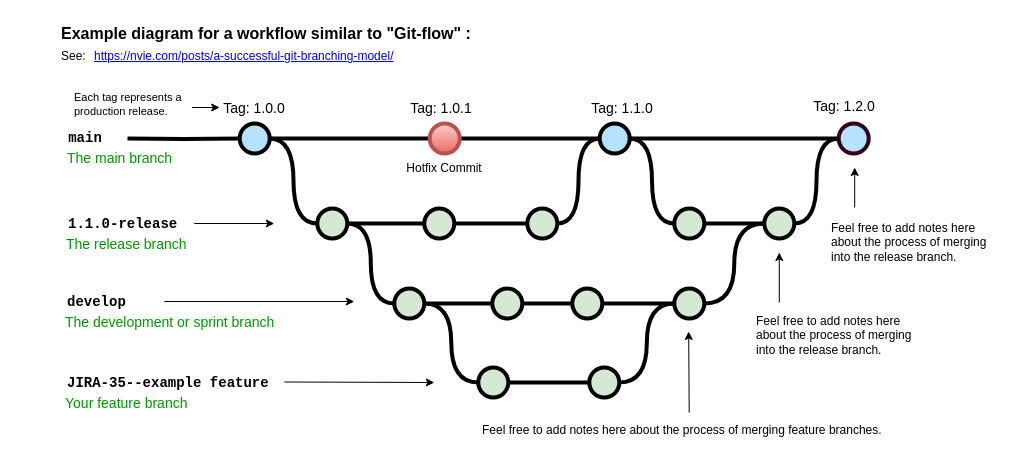
pettll/diagrams keeps this draw.io diagram as mps-pipeline.drawio. Above is the earlier version. Source tidied: cells renumbered, new cells numbered last; positions are measured from the earlier drawing's top-left corner, leaving out a move shared by most shapes. Both pictures are drawn from the tidied source at 100%, with x=0, y=0 at pixel (59, 17).
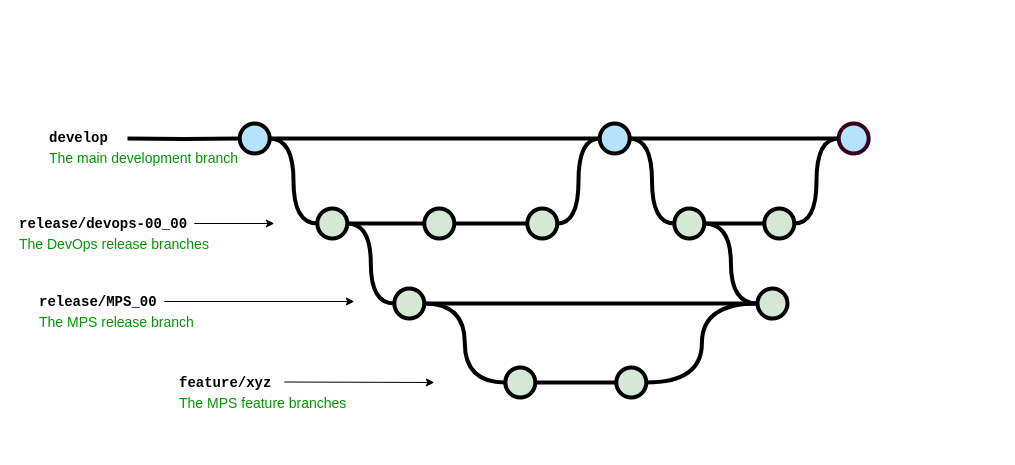
After the change.

Unchanged cells that the change refers to:
```xml
<mxCell id="5" style="verticalLabelPosition=bottom;verticalAlign=top;html=1;strokeWidth=4;shape=mxgraph.flowchart.on-page_reference;plain-blue;gradientColor=none;fillColor=#B5E3Fe;strokeColor=#000000;" parent="1" vertex="1">
  <mxGeometry x="180.2" y="106" width="30" height="30" as="geometry" />
</mxCell>
<mxCell id="8" style="verticalLabelPosition=bottom;verticalAlign=top;html=1;strokeWidth=4;shape=mxgraph.flowchart.on-page_reference;plain-blue;gradientColor=none;strokeColor=#000000;fillColor=#B5E3FE;" parent="1" vertex="1">
  <mxGeometry x="540.2" y="106" width="30" height="30" as="geometry" />
</mxCell>
<mxCell id="22" style="verticalLabelPosition=bottom;verticalAlign=top;html=1;strokeWidth=4;shape=mxgraph.flowchart.on-page_reference;plain-purple;gradientColor=none;strokeColor=#000000;fillColor=#D5E8D4;" parent="1" vertex="1">
  <mxGeometry x="334.8" y="271" width="30" height="30" as="geometry" />
</mxCell>
<mxCell id="45" style="verticalLabelPosition=bottom;verticalAlign=top;html=1;strokeWidth=4;shape=mxgraph.flowchart.on-page_reference;plain-purple;gradientColor=none;strokeColor=#000000;fillColor=#D5E8D4;" parent="1" vertex="1">
  <mxGeometry x="614.8" y="191" width="30" height="30" as="geometry" />
</mxCell>
<mxCell id="47" style="verticalLabelPosition=bottom;verticalAlign=top;html=1;strokeWidth=4;shape=mxgraph.flowchart.on-page_reference;plain-purple;gradientColor=none;strokeColor=#000000;fillColor=#D5E8D4;" parent="1" vertex="1">
  <mxGeometry x="704.8" y="191" width="30" height="30" as="geometry" />
</mxCell>
```

Change to the diagram source:
```diff
@@
-    <mxCell id="2" value="Hotfix Commit" style="text;html=1;strokeColor=none;fillColor=none;align=center;verticalAlign=middle;whiteSpace=wrap;overflow=hidden;" parent="1" vertex="1">
-      <mxGeometry x="345.2" y="136" width="80" height="30" as="geometry" />
-    </mxCell>
-    <mxCell id="3" style="edgeStyle=orthogonalEdgeStyle;rounded=0;html=1;jettySize=auto;plain-blue;endArrow=none;endFill=0;strokeWidth=4;strokeColor=#000000;entryX=0;entryY=0.5;entryDx=0;entryDy=0;entryPerimeter=0;" parent="1" edge="1" source="5" target="61">
-      <mxGeometry x="292.2" y="211" as="geometry" />
-    </mxCell>
@@
-    <mxCell id="11" value="main" style="text;html=1;strokeColor=none;fillColor=none;align=center;verticalAlign=middle;whiteSpace=wrap;overflow=hidden;fontSize=14;fontStyle=1;fontFamily=Courier New;" parent="1" vertex="1">
-      <mxGeometry x="1" y="100" width="50" height="42" as="geometry" />
+    <mxCell id="11" value="develop" style="text;html=1;strokeColor=none;fillColor=none;align=center;verticalAlign=middle;whiteSpace=wrap;overflow=hidden;fontSize=14;fontStyle=1;fontFamily=Courier New;" parent="1" vertex="1">
+      <mxGeometry x="-12" y="100" width="63" height="42" as="geometry" />
     </mxCell>
@@
-    <mxCell id="18" value="1.1.0-release" style="text;html=1;strokeColor=none;fillColor=none;align=left;verticalAlign=middle;whiteSpace=wrap;overflow=hidden;fontSize=14;fontStyle=1;fontFamily=Courier New;" parent="1" vertex="1">
-      <mxGeometry x="6.8" y="196" width="240" height="20" as="geometry" />
+    <mxCell id="18" value="release/devops-00_00" style="text;html=1;strokeColor=none;fillColor=none;align=left;verticalAlign=middle;whiteSpace=wrap;overflow=hidden;fontSize=14;fontStyle=1;fontFamily=Courier New;" parent="1" vertex="1">
+      <mxGeometry x="-42" y="196" width="288.8" height="20" as="geometry" />
     </mxCell>
-    <mxCell id="19" style="edgeStyle=orthogonalEdgeStyle;rounded=0;jettySize=auto;html=1;endArrow=none;endFill=0;strokeWidth=4;" parent="1" edge="1" source="22" target="24">
+    <mxCell id="19" style="edgeStyle=orthogonalEdgeStyle;rounded=0;jettySize=auto;html=1;endArrow=none;endFill=0;strokeWidth=4;entryX=0;entryY=0.5;entryDx=0;entryDy=0;entryPerimeter=0;" parent="1" edge="1" source="22" target="28">
       <mxGeometry relative="1" as="geometry" />
     </mxCell>
@@
-    <mxCell id="23" style="edgeStyle=orthogonalEdgeStyle;curved=1;rounded=0;jettySize=auto;html=1;endArrow=none;endFill=0;strokeWidth=4;" parent="1" edge="1" source="24" target="26">
-      <mxGeometry relative="1" as="geometry" />
-    </mxCell>
-    <mxCell id="24" style="verticalLabelPosition=bottom;verticalAlign=top;html=1;strokeWidth=4;shape=mxgraph.flowchart.on-page_reference;plain-purple;gradientColor=none;strokeColor=#000000;fillColor=#D5E8D4;" parent="1" vertex="1">
-      <mxGeometry x="432.8" y="271" width="30" height="30" as="geometry" />
-    </mxCell>
-    <mxCell id="25" style="edgeStyle=orthogonalEdgeStyle;curved=1;rounded=0;jettySize=auto;html=1;endArrow=none;endFill=0;strokeWidth=4;fontFamily=Courier New;fontColor=#009900;" parent="1" edge="1" source="26" target="28">
-      <mxGeometry relative="1" as="geometry" />
-    </mxCell>
-    <mxCell id="26" style="verticalLabelPosition=bottom;verticalAlign=top;html=1;strokeWidth=4;shape=mxgraph.flowchart.on-page_reference;plain-purple;gradientColor=none;strokeColor=#000000;fillColor=#D5E8D4;" parent="1" vertex="1">
-      <mxGeometry x="512.8" y="271" width="30" height="30" as="geometry" />
-    </mxCell>
-    <mxCell id="27" style="edgeStyle=orthogonalEdgeStyle;curved=1;rounded=0;jettySize=auto;html=1;entryX=0;entryY=0.5;entryDx=0;entryDy=0;entryPerimeter=0;endArrow=none;endFill=0;strokeWidth=4;fontFamily=Courier New;fontColor=#009900;" parent="1" edge="1" source="28" target="47">
+    <mxCell id="27" style="edgeStyle=orthogonalEdgeStyle;curved=1;rounded=0;jettySize=auto;html=1;entryX=1;entryY=0.5;entryDx=0;entryDy=0;entryPerimeter=0;endArrow=none;endFill=0;strokeWidth=4;fontFamily=Courier New;fontColor=#009900;" parent="1" edge="1" source="28" target="45">
       <mxGeometry relative="1" as="geometry" />
     </mxCell>
     <mxCell id="28" style="verticalLabelPosition=bottom;verticalAlign=top;html=1;strokeWidth=4;shape=mxgraph.flowchart.on-page_reference;plain-purple;gradientColor=none;strokeColor=#000000;fillColor=#D5E8D4;" parent="1" vertex="1">
-      <mxGeometry x="614.8" y="271" width="30" height="30" as="geometry" />
+      <mxGeometry x="698" y="271" width="30" height="30" as="geometry" />
     </mxCell>
-    <mxCell id="29" value="develop" style="text;html=1;strokeColor=none;fillColor=none;align=left;verticalAlign=middle;whiteSpace=wrap;overflow=hidden;fontSize=14;fontStyle=1;fontFamily=Courier New;" parent="1" vertex="1">
-      <mxGeometry x="5.8" y="274" width="91" height="20" as="geometry" />
+    <mxCell id="29" value="release/MPS_00" style="text;html=1;strokeColor=none;fillColor=none;align=left;verticalAlign=middle;whiteSpace=wrap;overflow=hidden;fontSize=14;fontStyle=1;fontFamily=Courier New;" parent="1" vertex="1">
+      <mxGeometry x="-22" y="274" width="118.8" height="20" as="geometry" />
     </mxCell>
@@
     <mxCell id="31" style="verticalLabelPosition=bottom;verticalAlign=top;html=1;strokeWidth=4;shape=mxgraph.flowchart.on-page_reference;plain-purple;gradientColor=none;strokeColor=#000000;fillColor=#D5E8D4;" parent="1" vertex="1">
-      <mxGeometry x="418.8" y="350" width="30" height="30" as="geometry" />
+      <mxGeometry x="445.8" y="350" width="30" height="30" as="geometry" />
     </mxCell>
@@
     <mxCell id="33" style="verticalLabelPosition=bottom;verticalAlign=top;html=1;strokeWidth=4;shape=mxgraph.flowchart.on-page_reference;plain-purple;gradientColor=none;strokeColor=#000000;fillColor=#D5E8D4;" parent="1" vertex="1">
-      <mxGeometry x="529.8" y="350" width="30" height="30" as="geometry" />
+      <mxGeometry x="556.8" y="350" width="30" height="30" as="geometry" />
     </mxCell>
-    <mxCell id="34" value="JIRA-35--example feature" style="text;html=1;strokeColor=none;fillColor=none;align=left;verticalAlign=middle;whiteSpace=wrap;overflow=hidden;fontSize=14;fontStyle=1;fontFamily=Courier New;" parent="1" vertex="1">
-      <mxGeometry x="5.5" y="355" width="240" height="20" as="geometry" />
+    <mxCell id="34" value="feature/xyz" style="text;html=1;strokeColor=none;fillColor=none;align=left;verticalAlign=middle;whiteSpace=wrap;overflow=hidden;fontSize=14;fontStyle=1;fontFamily=Courier New;" parent="1" vertex="1">
+      <mxGeometry x="118" y="355" width="127.5" height="20" as="geometry" />
     </mxCell>
-    <mxCell id="35" value="The development or sprint branch" style="text;html=1;strokeColor=none;fillColor=none;align=left;verticalAlign=middle;whiteSpace=wrap;overflow=hidden;fontSize=14;fontStyle=0;fontColor=#009900;" parent="1" vertex="1">
-      <mxGeometry x="3.8" y="294" width="240" height="20" as="geometry" />
+    <mxCell id="35" value="The MPS release branch" style="text;html=1;strokeColor=none;fillColor=none;align=left;verticalAlign=middle;whiteSpace=wrap;overflow=hidden;fontSize=14;fontStyle=0;fontColor=#009900;" parent="1" vertex="1">
+      <mxGeometry x="-22" y="294" width="240" height="20" as="geometry" />
     </mxCell>
-    <mxCell id="36" value="Your feature branch" style="text;html=1;strokeColor=none;fillColor=none;align=left;verticalAlign=middle;whiteSpace=wrap;overflow=hidden;fontSize=14;fontStyle=0;fontColor=#009900;" parent="1" vertex="1">
-      <mxGeometry x="3.8" y="375" width="240" height="20" as="geometry" />
+    <mxCell id="36" value="The MPS feature branches" style="text;html=1;strokeColor=none;fillColor=none;align=left;verticalAlign=middle;whiteSpace=wrap;overflow=hidden;fontSize=14;fontStyle=0;fontColor=#009900;" parent="1" vertex="1">
+      <mxGeometry x="118" y="375" width="240" height="20" as="geometry" />
     </mxCell>
-    <mxCell id="37" value="The release branch" style="text;html=1;strokeColor=none;fillColor=none;align=left;verticalAlign=middle;whiteSpace=wrap;overflow=hidden;fontSize=14;fontStyle=0;fontColor=#009900;" parent="1" vertex="1">
-      <mxGeometry x="4.8" y="216" width="240" height="20" as="geometry" />
+    <mxCell id="37" value="The DevOps release branches" style="text;html=1;strokeColor=none;fillColor=none;align=left;verticalAlign=middle;whiteSpace=wrap;overflow=hidden;fontSize=14;fontStyle=0;fontColor=#009900;" parent="1" vertex="1">
+      <mxGeometry x="-42" y="216" width="240" height="20" as="geometry" />
     </mxCell>
-    <mxCell id="38" value="The main branch&lt;br&gt;" style="text;html=1;strokeColor=none;fillColor=none;align=left;verticalAlign=middle;whiteSpace=wrap;overflow=hidden;fontSize=14;fontStyle=0;fontColor=#009900;" parent="1" vertex="1">
-      <mxGeometry x="6.2" y="130" width="146.8" height="20" as="geometry" />
+    <mxCell id="38" value="The main development branch" style="text;html=1;strokeColor=none;fillColor=none;align=left;verticalAlign=middle;whiteSpace=wrap;overflow=hidden;fontSize=14;fontStyle=0;fontColor=#009900;" parent="1" vertex="1">
+      <mxGeometry x="-12" y="130" width="195" height="20" as="geometry" />
     </mxCell>
@@
-    <mxCell id="42" value="Tag: 1.1.0" style="text;html=1;strokeColor=none;fillColor=none;align=center;verticalAlign=middle;whiteSpace=wrap;overflow=hidden;fontSize=14;" parent="1" vertex="1">
-      <mxGeometry x="508.2" y="80" width="110" height="20" as="geometry" />
-    </mxCell>
-    <mxCell id="43" value="Tag: 1.0.0" style="text;html=1;strokeColor=none;fillColor=none;align=center;verticalAlign=middle;whiteSpace=wrap;overflow=hidden;fontSize=14;" parent="1" vertex="1">
-      <mxGeometry x="160.2" y="80" width="70" height="20" as="geometry" />
-    </mxCell>
@@
-    <mxCell id="48" value="Tag: 1.2.0" style="text;html=1;strokeColor=none;fillColor=none;align=center;verticalAlign=middle;whiteSpace=wrap;overflow=hidden;fontSize=14;" parent="1" vertex="1">
-      <mxGeometry x="730.2" y="78" width="110" height="20" as="geometry" />
-    </mxCell>
-    <mxCell id="49" style="endArrow=classic;html=1;strokeWidth=1;fontFamily=Courier New;fontColor=#009900;exitX=0.5;exitY=0;exitDx=0;exitDy=0;" parent="1" edge="1" source="52">
-      <mxGeometry relative="1" as="geometry">
-        <mxPoint x="629.2" y="314" as="targetPoint" />
-      </mxGeometry>
-    </mxCell>
-    <mxCell id="50" style="endArrow=classic;html=1;strokeWidth=1;fontFamily=Courier New;fontColor=#009900;" parent="1" edge="1">
-      <mxGeometry relative="1" as="geometry">
-        <mxPoint x="719.8" y="285" as="sourcePoint" />
-        <mxPoint x="719.8" y="235" as="targetPoint" />
-      </mxGeometry>
-    </mxCell>
-    <mxCell id="51" value="&lt;span style=&quot;text-align: center&quot;&gt;Feel free to add notes here about the process of merging into the release branch.&lt;br&gt;&lt;/span&gt;" style="text;html=1;strokeColor=none;fillColor=none;align=left;verticalAlign=middle;whiteSpace=wrap;overflow=hidden;fontSize=12;fontStyle=0;fontColor=#000000;" parent="1" vertex="1">
-      <mxGeometry x="694.8" y="285" width="163.2" height="66" as="geometry" />
-    </mxCell>
-    <mxCell id="52" value="&lt;div style=&quot;&quot;&gt;&lt;span&gt;Feel free to add notes here about the process of merging feature branches.&lt;/span&gt;&lt;/div&gt;" style="text;html=1;strokeColor=none;fillColor=none;align=left;verticalAlign=middle;whiteSpace=wrap;overflow=hidden;fontSize=12;fontStyle=0;fontColor=#000000;" parent="1" vertex="1">
-      <mxGeometry x="420.6" y="395" width="418.2" height="36" as="geometry" />
-    </mxCell>
-    <mxCell id="53" style="edgeStyle=orthogonalEdgeStyle;rounded=0;jettySize=auto;html=1;fontSize=12;fontColor=#000000;entryX=0;entryY=0.5;entryDx=0;entryDy=0;" parent="1" edge="1" source="54" target="43">
-      <mxGeometry relative="1" as="geometry">
-        <Array as="points">
-          <mxPoint x="140.2" y="90" />
-          <mxPoint x="140.2" y="90" />
-        </Array>
-      </mxGeometry>
-    </mxCell>
-    <mxCell id="54" value="&lt;span style=&quot;text-align: center; font-size: 11px;&quot;&gt;Each tag represents a production release.&lt;/span&gt;" style="text;html=1;strokeColor=none;fillColor=none;align=left;verticalAlign=middle;whiteSpace=wrap;overflow=hidden;fontSize=11;fontStyle=0;fontColor=#000000;" parent="1" vertex="1">
-      <mxGeometry x="12.5" y="68" width="120" height="38" as="geometry" />
-    </mxCell>
-    <mxCell id="55" value="Example diagram for a workflow similar to &quot;Git-flow&quot; :" style="text;whiteSpace=wrap;html=1;fontStyle=1;fontSize=16;" parent="1" vertex="1">
-      <mxGeometry x="0.2" width="427.8" height="20" as="geometry" />
-    </mxCell>
-    <mxCell id="56" value="&lt;a href=&quot;https://nvie.com/posts/a-successful-git-branching-model/&quot;&gt;https://nvie.com/posts/a-successful-git-branching-model/&lt;/a&gt;" style="text;whiteSpace=wrap;html=1;" parent="1" vertex="1">
-      <mxGeometry x="33" y="25" width="355" height="20" as="geometry" />
-    </mxCell>
-    <mxCell id="57" value="See:" style="text;whiteSpace=wrap;html=1;" parent="1" vertex="1">
-      <mxGeometry x="0.2" y="25" width="32.8" height="20" as="geometry" />
-    </mxCell>
-    <mxCell id="58" style="endArrow=classic;html=1;strokeWidth=1;fontFamily=Courier New;fontColor=#009900;" parent="1" edge="1">
-      <mxGeometry relative="1" as="geometry">
-        <mxPoint x="795.2" y="190" as="sourcePoint" />
-        <mxPoint x="795.2" y="150" as="targetPoint" />
-      </mxGeometry>
-    </mxCell>
-    <mxCell id="59" value="&lt;span style=&quot;text-align: center&quot;&gt;Feel free to add notes here about the process of merging into the release branch.&lt;br&gt;&lt;br&gt;&lt;/span&gt;" style="text;html=1;strokeColor=none;fillColor=none;align=left;verticalAlign=middle;whiteSpace=wrap;overflow=hidden;fontSize=12;fontStyle=0;fontColor=#000000;" parent="1" vertex="1">
-      <mxGeometry x="770.2" y="191" width="167.8" height="81" as="geometry" />
-    </mxCell>
-    <mxCell id="60" style="edgeStyle=orthogonalEdgeStyle;rounded=0;jettySize=auto;html=1;fontSize=15;endArrow=none;endFill=0;strokeWidth=4;entryX=0;entryY=0.5;entryDx=0;entryDy=0;entryPerimeter=0;" parent="1" edge="1" source="61" target="8">
+    <mxCell id="60" style="edgeStyle=orthogonalEdgeStyle;rounded=0;jettySize=auto;html=1;fontSize=15;endArrow=none;endFill=0;strokeWidth=4;entryX=0;entryY=0.5;entryDx=0;entryDy=0;entryPerimeter=0;exitX=1;exitY=0.5;exitDx=0;exitDy=0;exitPerimeter=0;" parent="1" edge="1" source="5" target="8">
       <mxGeometry relative="1" as="geometry" />
     </mxCell>
-    <mxCell id="61" style="verticalLabelPosition=bottom;verticalAlign=top;html=1;strokeWidth=4;shape=mxgraph.flowchart.on-page_reference;plain-blue;gradientColor=#EA6B66;strokeColor=#B85450;fillColor=#F8CECC;" parent="1" vertex="1">
-      <mxGeometry x="370.2" y="106" width="30" height="30" as="geometry" />
-    </mxCell>
-    <mxCell id="62" value="Tag: 1.0.1" style="text;html=1;strokeColor=none;fillColor=none;align=center;verticalAlign=middle;whiteSpace=wrap;overflow=hidden;fontSize=14;" parent="1" vertex="1">
-      <mxGeometry x="346.5" y="80" width="70" height="20" as="geometry" />
-    </mxCell>
```
